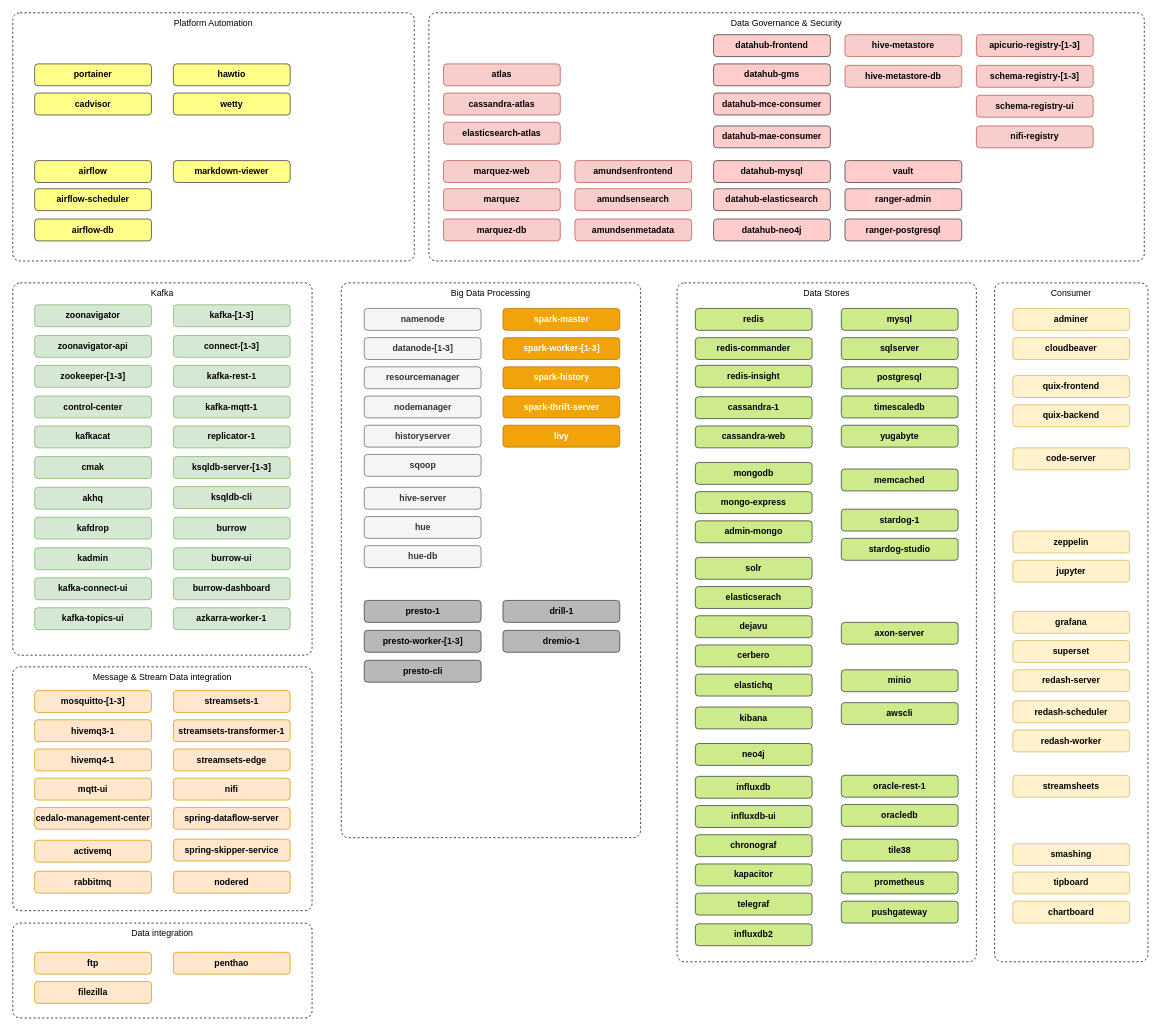
Before: page "Services" (1 of 4) of documentation/drawio/modern-data-platform.drawio in TrivadisPF/platys-modern-data-platform, a draw.io diagram. Source tidied: cells renumbered, new cells numbered last; positions are measured from the earlier drawing's top-left corner, leaving out a move shared by most shapes. Both pictures are drawn from the tidied source at 73%, with x=0, y=0 at pixel (12, 12).
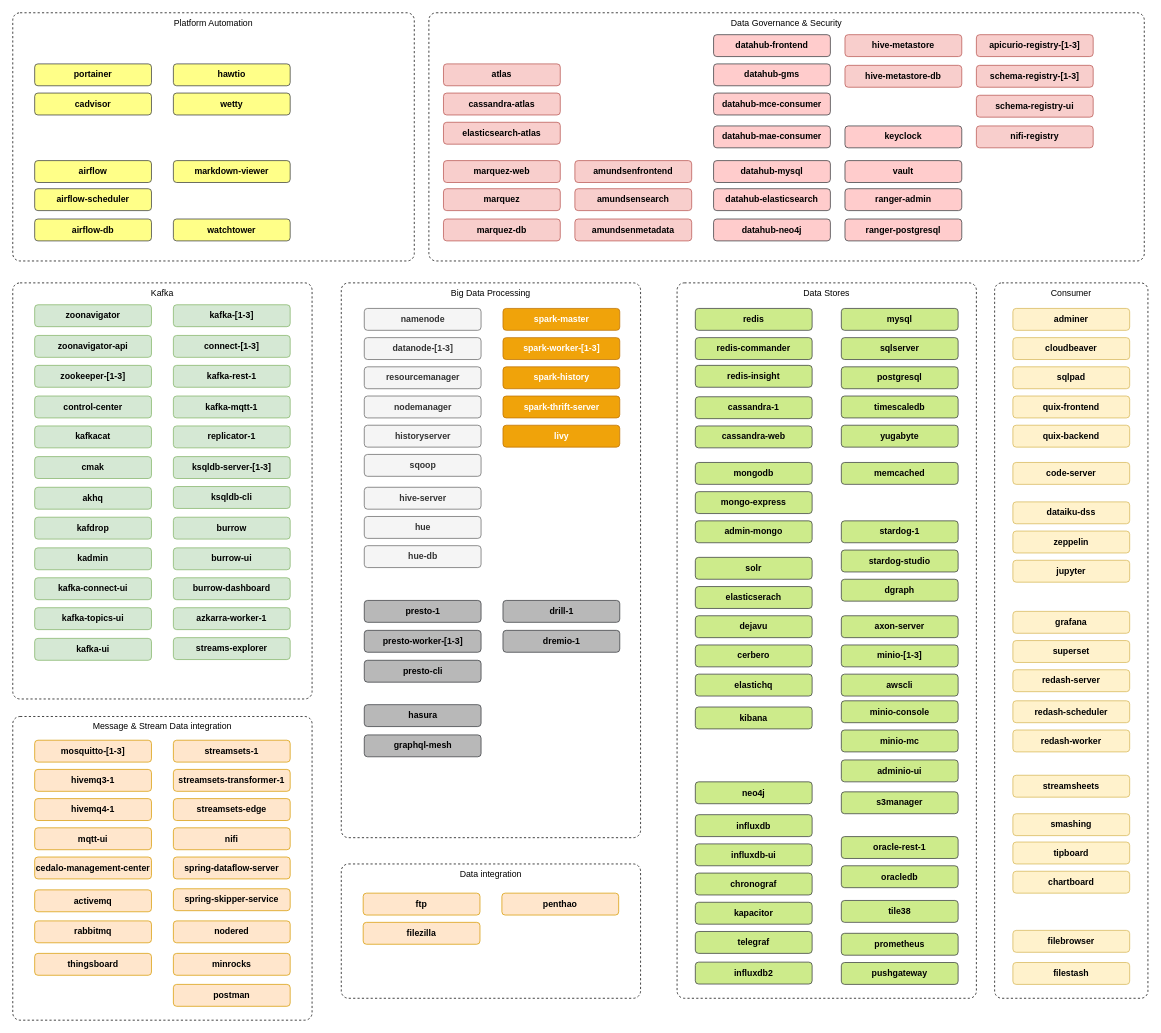
The same diagram, later.

Commit message (it also covers changes not shown here):
update visual overview

Change to the diagram source:
```diff
@@
     <mxCell id="2" value="Kafka" style="rounded=1;whiteSpace=wrap;html=1;labelBackgroundColor=none;strokeColor=#000000;strokeWidth=1;fillColor=none;fontColor=#000000;arcSize=20;absoluteArcSize=1;dashed=1;align=center;horizontal=1;verticalAlign=top;" parent="1" vertex="1">
-      <mxGeometry y="370" width="410" height="510" as="geometry" />
+      <mxGeometry y="370" width="410" height="570" as="geometry" />
     </mxCell>
     <mxCell id="3" value="Consumer" style="rounded=1;whiteSpace=wrap;html=1;labelBackgroundColor=none;strokeColor=#000000;strokeWidth=1;fillColor=none;fontColor=#000000;arcSize=20;absoluteArcSize=1;dashed=1;align=center;horizontal=1;verticalAlign=top;" parent="1" vertex="1">
-      <mxGeometry x="1345" y="370" width="210" height="930" as="geometry" />
+      <mxGeometry x="1345" y="370" width="210" height="980" as="geometry" />
     </mxCell>
@@
     <mxCell id="6" value="Data Stores" style="rounded=1;whiteSpace=wrap;html=1;labelBackgroundColor=none;strokeColor=#000000;strokeWidth=1;fillColor=none;fontColor=#000000;arcSize=20;absoluteArcSize=1;dashed=1;align=center;horizontal=1;verticalAlign=top;" parent="1" vertex="1">
-      <mxGeometry x="910" y="370" width="410" height="930" as="geometry" />
+      <mxGeometry x="910" y="370" width="410" height="980" as="geometry" />
     </mxCell>
@@
     <mxCell id="8" value="Data integration" style="rounded=1;whiteSpace=wrap;html=1;labelBackgroundColor=none;strokeColor=#000000;strokeWidth=1;fillColor=none;fontColor=#000000;arcSize=20;absoluteArcSize=1;dashed=1;align=center;horizontal=1;verticalAlign=top;" parent="1" vertex="1">
-      <mxGeometry y="1247" width="410" height="130" as="geometry" />
+      <mxGeometry x="450" y="1166" width="410" height="184" as="geometry" />
     </mxCell>
     <mxCell id="9" value="Message &amp;amp; Stream Data integration" style="rounded=1;whiteSpace=wrap;html=1;labelBackgroundColor=none;strokeColor=#000000;strokeWidth=1;fillColor=none;fontColor=#000000;arcSize=20;absoluteArcSize=1;dashed=1;align=center;horizontal=1;verticalAlign=top;" parent="1" vertex="1">
-      <mxGeometry y="896" width="410" height="334" as="geometry" />
+      <mxGeometry y="964" width="410" height="416" as="geometry" />
     </mxCell>
@@
     <mxCell id="51" value="&lt;span&gt;streamsets-1&lt;/span&gt;" style="rounded=1;whiteSpace=wrap;html=1;fillColor=#ffe6cc;strokeColor=#d79b00;fontStyle=1;" parent="1" vertex="1">
-      <mxGeometry x="220" y="928.5" width="160" height="30" as="geometry" />
+      <mxGeometry x="220" y="996.5" width="160" height="30" as="geometry" />
     </mxCell>
     <mxCell id="52" value="&lt;span&gt;streamsets-transformer-1&lt;/span&gt;" style="rounded=1;whiteSpace=wrap;html=1;fillColor=#ffe6cc;strokeColor=#d79b00;fontStyle=1;" parent="1" vertex="1">
-      <mxGeometry x="220" y="968.5" width="160" height="30" as="geometry" />
+      <mxGeometry x="220" y="1036.5" width="160" height="30" as="geometry" />
     </mxCell>
     <mxCell id="53" value="&lt;span&gt;streamsets-edge&lt;/span&gt;" style="rounded=1;whiteSpace=wrap;html=1;fillColor=#ffe6cc;strokeColor=#d79b00;fontStyle=1;" parent="1" vertex="1">
-      <mxGeometry x="220" y="1008.5" width="160" height="30" as="geometry" />
+      <mxGeometry x="220" y="1076.5" width="160" height="30" as="geometry" />
     </mxCell>
     <mxCell id="54" value="&lt;span&gt;nifi&lt;/span&gt;" style="rounded=1;whiteSpace=wrap;html=1;fillColor=#ffe6cc;strokeColor=#d79b00;fontStyle=1;" parent="1" vertex="1">
-      <mxGeometry x="220" y="1048.5" width="160" height="30" as="geometry" />
+      <mxGeometry x="220" y="1116.5" width="160" height="30" as="geometry" />
     </mxCell>
@@
     <mxCell id="72" value="&lt;span&gt;neo4j&lt;/span&gt;" style="rounded=1;whiteSpace=wrap;html=1;fillColor=#cdeb8b;strokeColor=#36393d;fontStyle=1;" parent="1" vertex="1">
-      <mxGeometry x="935" y="1001" width="160" height="30" as="geometry" />
+      <mxGeometry x="935" y="1053.5" width="160" height="30" as="geometry" />
     </mxCell>
     <mxCell id="73" value="&lt;span&gt;influxdb&lt;/span&gt;" style="rounded=1;whiteSpace=wrap;html=1;fillColor=#cdeb8b;strokeColor=#36393d;fontStyle=1;" parent="1" vertex="1">
-      <mxGeometry x="935" y="1046" width="160" height="30" as="geometry" />
+      <mxGeometry x="935" y="1098.5" width="160" height="30" as="geometry" />
     </mxCell>
     <mxCell id="74" value="&lt;span&gt;influxdb-ui&lt;/span&gt;" style="rounded=1;whiteSpace=wrap;html=1;fillColor=#cdeb8b;strokeColor=#36393d;fontStyle=1;" parent="1" vertex="1">
-      <mxGeometry x="935" y="1086" width="160" height="30" as="geometry" />
+      <mxGeometry x="935" y="1138.5" width="160" height="30" as="geometry" />
     </mxCell>
     <mxCell id="75" value="&lt;span&gt;chronograf&lt;/span&gt;" style="rounded=1;whiteSpace=wrap;html=1;fillColor=#cdeb8b;strokeColor=#36393d;fontStyle=1;" parent="1" vertex="1">
-      <mxGeometry x="935" y="1126" width="160" height="30" as="geometry" />
+      <mxGeometry x="935" y="1178.5" width="160" height="30" as="geometry" />
     </mxCell>
     <mxCell id="76" value="&lt;span&gt;kapacitor&lt;/span&gt;" style="rounded=1;whiteSpace=wrap;html=1;fillColor=#cdeb8b;strokeColor=#36393d;fontStyle=1;" parent="1" vertex="1">
-      <mxGeometry x="935" y="1166" width="160" height="30" as="geometry" />
+      <mxGeometry x="935" y="1218.5" width="160" height="30" as="geometry" />
     </mxCell>
     <mxCell id="77" value="&lt;span&gt;telegraf&lt;/span&gt;" style="rounded=1;whiteSpace=wrap;html=1;fillColor=#cdeb8b;strokeColor=#36393d;fontStyle=1;" parent="1" vertex="1">
-      <mxGeometry x="935" y="1206" width="160" height="30" as="geometry" />
+      <mxGeometry x="935" y="1258.5" width="160" height="30" as="geometry" />
     </mxCell>
     <mxCell id="78" value="&lt;span&gt;influxdb2&lt;/span&gt;" style="rounded=1;whiteSpace=wrap;html=1;fillColor=#cdeb8b;strokeColor=#36393d;fontStyle=1;" parent="1" vertex="1">
-      <mxGeometry x="935" y="1248" width="160" height="30" as="geometry" />
+      <mxGeometry x="935" y="1300.5" width="160" height="30" as="geometry" />
     </mxCell>
     <mxCell id="79" value="&lt;span&gt;prometheus&lt;/span&gt;" style="rounded=1;whiteSpace=wrap;html=1;fillColor=#cdeb8b;strokeColor=#36393d;fontStyle=1;" parent="1" vertex="1">
-      <mxGeometry x="1135" y="1177" width="160" height="30" as="geometry" />
+      <mxGeometry x="1135" y="1261" width="160" height="30" as="geometry" />
     </mxCell>
     <mxCell id="80" value="&lt;span&gt;pushgateway&lt;/span&gt;" style="rounded=1;whiteSpace=wrap;html=1;fillColor=#cdeb8b;strokeColor=#36393d;fontStyle=1;" parent="1" vertex="1">
-      <mxGeometry x="1135" y="1217" width="160" height="30" as="geometry" />
+      <mxGeometry x="1135" y="1301" width="160" height="30" as="geometry" />
     </mxCell>
     <mxCell id="81" value="&lt;span&gt;tile38&lt;/span&gt;" style="rounded=1;whiteSpace=wrap;html=1;fillColor=#cdeb8b;strokeColor=#36393d;fontStyle=1;" parent="1" vertex="1">
-      <mxGeometry x="1135" y="1132" width="160" height="30" as="geometry" />
+      <mxGeometry x="1135" y="1216" width="160" height="30" as="geometry" />
     </mxCell>
@@
     <mxCell id="87" value="&lt;span&gt;axon-server&lt;/span&gt;" style="rounded=1;whiteSpace=wrap;html=1;fillColor=#cdeb8b;strokeColor=#36393d;fontStyle=1;" parent="1" vertex="1">
-      <mxGeometry x="1135" y="835" width="160" height="30" as="geometry" />
+      <mxGeometry x="1135" y="826" width="160" height="30" as="geometry" />
     </mxCell>
     <mxCell id="88" value="&lt;span&gt;mosquitto-[1-3]&lt;/span&gt;" style="rounded=1;whiteSpace=wrap;html=1;fillColor=#ffe6cc;strokeColor=#d79b00;fontStyle=1;" parent="1" vertex="1">
-      <mxGeometry x="30" y="928.5" width="160" height="30" as="geometry" />
+      <mxGeometry x="30" y="996.5" width="160" height="30" as="geometry" />
     </mxCell>
     <mxCell id="89" value="&lt;span&gt;hivemq3-1&lt;/span&gt;" style="rounded=1;whiteSpace=wrap;html=1;fillColor=#ffe6cc;strokeColor=#d79b00;fontStyle=1;" parent="1" vertex="1">
-      <mxGeometry x="30" y="968.5" width="160" height="30" as="geometry" />
+      <mxGeometry x="30" y="1036.5" width="160" height="30" as="geometry" />
     </mxCell>
     <mxCell id="90" value="&lt;span&gt;hivemq4-1&lt;/span&gt;" style="rounded=1;whiteSpace=wrap;html=1;fillColor=#ffe6cc;strokeColor=#d79b00;fontStyle=1;" parent="1" vertex="1">
-      <mxGeometry x="30" y="1008.5" width="160" height="30" as="geometry" />
+      <mxGeometry x="30" y="1076.5" width="160" height="30" as="geometry" />
     </mxCell>
     <mxCell id="91" value="&lt;span&gt;mqtt-ui&lt;/span&gt;" style="rounded=1;whiteSpace=wrap;html=1;fillColor=#ffe6cc;strokeColor=#d79b00;fontStyle=1;" parent="1" vertex="1">
-      <mxGeometry x="30" y="1048.5" width="160" height="30" as="geometry" />
+      <mxGeometry x="30" y="1116.5" width="160" height="30" as="geometry" />
     </mxCell>
     <mxCell id="92" value="&lt;span&gt;activemq&lt;/span&gt;" style="rounded=1;whiteSpace=wrap;html=1;fillColor=#ffe6cc;strokeColor=#d79b00;fontStyle=1;" parent="1" vertex="1">
-      <mxGeometry x="30" y="1133.5" width="160" height="30" as="geometry" />
+      <mxGeometry x="30" y="1201.5" width="160" height="30" as="geometry" />
     </mxCell>
     <mxCell id="93" value="&lt;span&gt;ftp&lt;/span&gt;" style="rounded=1;whiteSpace=wrap;html=1;fillColor=#ffe6cc;strokeColor=#d79b00;fontStyle=1;" parent="1" vertex="1">
-      <mxGeometry x="30" y="1287" width="160" height="30" as="geometry" />
+      <mxGeometry x="480" y="1206" width="160" height="30" as="geometry" />
     </mxCell>
     <mxCell id="94" value="&lt;span&gt;filezilla&lt;/span&gt;" style="rounded=1;whiteSpace=wrap;html=1;fillColor=#ffe6cc;strokeColor=#d79b00;fontStyle=1;" parent="1" vertex="1">
-      <mxGeometry x="30" y="1327" width="160" height="30" as="geometry" />
+      <mxGeometry x="480" y="1246" width="160" height="30" as="geometry" />
     </mxCell>
-    <mxCell id="95" value="&lt;span&gt;minio&lt;/span&gt;" style="rounded=1;whiteSpace=wrap;html=1;fillColor=#cdeb8b;strokeColor=#36393d;fontStyle=1;" parent="1" vertex="1">
-      <mxGeometry x="1135" y="900" width="160" height="30" as="geometry" />
+    <mxCell id="95" value="&lt;span&gt;minio-[1-3]&lt;/span&gt;" style="rounded=1;whiteSpace=wrap;html=1;fillColor=#cdeb8b;strokeColor=#36393d;fontStyle=1;" parent="1" vertex="1">
+      <mxGeometry x="1135" y="866" width="160" height="30" as="geometry" />
     </mxCell>
     <mxCell id="96" value="&lt;span&gt;awscli&lt;/span&gt;" style="rounded=1;whiteSpace=wrap;html=1;fillColor=#cdeb8b;strokeColor=#36393d;fontStyle=1;" parent="1" vertex="1">
-      <mxGeometry x="1135" y="945" width="160" height="30" as="geometry" />
+      <mxGeometry x="1135" y="906" width="160" height="30" as="geometry" />
     </mxCell>
@@
     <mxCell id="101" value="&lt;span&gt;code-server&lt;/span&gt;" style="rounded=1;whiteSpace=wrap;html=1;fillColor=#fff2cc;strokeColor=#d6b656;fontStyle=1;" parent="1" vertex="1">
-      <mxGeometry x="1370" y="596" width="160" height="30" as="geometry" />
+      <mxGeometry x="1370" y="616" width="160" height="30" as="geometry" />
     </mxCell>
@@
     <mxCell id="116" value="&lt;span&gt;oracledb&lt;/span&gt;" style="rounded=1;whiteSpace=wrap;html=1;fillColor=#cdeb8b;strokeColor=#36393d;fontStyle=1;" parent="1" vertex="1">
-      <mxGeometry x="1135" y="1084.5" width="160" height="30" as="geometry" />
+      <mxGeometry x="1135" y="1168.5" width="160" height="30" as="geometry" />
     </mxCell>
     <mxCell id="117" value="&lt;span&gt;oracle-rest-1&lt;/span&gt;" style="rounded=1;whiteSpace=wrap;html=1;fillColor=#cdeb8b;strokeColor=#36393d;fontStyle=1;" parent="1" vertex="1">
-      <mxGeometry x="1135" y="1044.5" width="160" height="30" as="geometry" />
+      <mxGeometry x="1135" y="1128.5" width="160" height="30" as="geometry" />
     </mxCell>
@@
     <mxCell id="123" value="&lt;span&gt;rabbitmq&lt;/span&gt;" style="rounded=1;whiteSpace=wrap;html=1;fillColor=#ffe6cc;strokeColor=#d79b00;fontStyle=1;" parent="1" vertex="1">
-      <mxGeometry x="30" y="1176" width="160" height="30" as="geometry" />
+      <mxGeometry x="30" y="1244" width="160" height="30" as="geometry" />
     </mxCell>
     <mxCell id="124" value="&lt;span&gt;penthao&lt;/span&gt;" style="rounded=1;whiteSpace=wrap;html=1;fillColor=#ffe6cc;strokeColor=#d79b00;fontStyle=1;" parent="1" vertex="1">
-      <mxGeometry x="220" y="1287" width="160" height="30" as="geometry" />
+      <mxGeometry x="670" y="1206" width="160" height="30" as="geometry" />
     </mxCell>
@@
     <mxCell id="134" value="quix-frontend" style="rounded=1;whiteSpace=wrap;html=1;fillColor=#fff2cc;strokeColor=#d6b656;fontStyle=1;" parent="1" vertex="1">
-      <mxGeometry x="1370" y="497" width="160" height="30" as="geometry" />
+      <mxGeometry x="1370" y="525" width="160" height="30" as="geometry" />
     </mxCell>
@@
     <mxCell id="137" value="&lt;span&gt;memcached&lt;/span&gt;" style="rounded=1;whiteSpace=wrap;html=1;fillColor=#cdeb8b;strokeColor=#36393d;fontStyle=1;" parent="1" vertex="1">
-      <mxGeometry x="1135" y="625" width="160" height="30" as="geometry" />
+      <mxGeometry x="1135" y="616" width="160" height="30" as="geometry" />
     </mxCell>
     <mxCell id="138" value="&lt;span&gt;stardog-1&lt;/span&gt;" style="rounded=1;whiteSpace=wrap;html=1;fillColor=#cdeb8b;strokeColor=#36393d;fontStyle=1;" parent="1" vertex="1">
-      <mxGeometry x="1135" y="680" width="160" height="30" as="geometry" />
+      <mxGeometry x="1135" y="696" width="160" height="30" as="geometry" />
     </mxCell>
     <mxCell id="139" value="&lt;span&gt;stardog-studio&lt;/span&gt;" style="rounded=1;whiteSpace=wrap;html=1;fillColor=#cdeb8b;strokeColor=#36393d;fontStyle=1;" parent="1" vertex="1">
-      <mxGeometry x="1135" y="720" width="160" height="30" as="geometry" />
+      <mxGeometry x="1135" y="736" width="160" height="30" as="geometry" />
     </mxCell>
@@
     <mxCell id="142" value="quix-backend" style="rounded=1;whiteSpace=wrap;html=1;fillColor=#fff2cc;strokeColor=#d6b656;fontStyle=1;" parent="1" vertex="1">
-      <mxGeometry x="1370" y="537" width="160" height="30" as="geometry" />
+      <mxGeometry x="1370" y="565" width="160" height="30" as="geometry" />
     </mxCell>
@@
     <mxCell id="145" value="&lt;span&gt;tipboard&lt;/span&gt;" style="rounded=1;whiteSpace=wrap;html=1;fillColor=#fff2cc;strokeColor=#d6b656;fontStyle=1;" parent="1" vertex="1">
-      <mxGeometry x="1370" y="1177" width="160" height="30" as="geometry" />
+      <mxGeometry x="1370" y="1136" width="160" height="30" as="geometry" />
     </mxCell>
     <mxCell id="146" value="&lt;span&gt;chartboard&lt;/span&gt;" style="rounded=1;whiteSpace=wrap;html=1;fillColor=#fff2cc;strokeColor=#d6b656;fontStyle=1;" parent="1" vertex="1">
-      <mxGeometry x="1370" y="1217" width="160" height="30" as="geometry" />
+      <mxGeometry x="1370" y="1176" width="160" height="30" as="geometry" />
     </mxCell>
     <mxCell id="147" value="&lt;span&gt;smashing&lt;/span&gt;" style="rounded=1;whiteSpace=wrap;html=1;fillColor=#fff2cc;strokeColor=#d6b656;fontStyle=1;" parent="1" vertex="1">
-      <mxGeometry x="1370" y="1138.2" width="160" height="30" as="geometry" />
+      <mxGeometry x="1370" y="1097.2" width="160" height="30" as="geometry" />
     </mxCell>
@@
     <mxCell id="151" value="&lt;span&gt;nodered&lt;/span&gt;" style="rounded=1;whiteSpace=wrap;html=1;fillColor=#ffe6cc;strokeColor=#d79b00;fontStyle=1;" parent="1" vertex="1">
-      <mxGeometry x="220" y="1176" width="160" height="30" as="geometry" />
+      <mxGeometry x="220" y="1244" width="160" height="30" as="geometry" />
     </mxCell>
     <mxCell id="152" value="&lt;span&gt;spring-dataflow-server&lt;/span&gt;" style="rounded=1;whiteSpace=wrap;html=1;fillColor=#ffe6cc;strokeColor=#d79b00;fontStyle=1;" parent="1" vertex="1">
-      <mxGeometry x="220" y="1088.5" width="160" height="30" as="geometry" />
+      <mxGeometry x="220" y="1156.5" width="160" height="30" as="geometry" />
     </mxCell>
     <mxCell id="153" value="&lt;span&gt;spring-skipper-service&lt;/span&gt;" style="rounded=1;whiteSpace=wrap;html=1;fillColor=#ffe6cc;strokeColor=#d79b00;fontStyle=1;" parent="1" vertex="1">
-      <mxGeometry x="220" y="1132" width="160" height="30" as="geometry" />
+      <mxGeometry x="220" y="1200" width="160" height="30" as="geometry" />
     </mxCell>
     <mxCell id="154" value="&lt;span&gt;cedalo-management-center&lt;/span&gt;" style="rounded=1;whiteSpace=wrap;html=1;fillColor=#ffe6cc;strokeColor=#d79b00;fontStyle=1;" parent="1" vertex="1">
-      <mxGeometry x="30" y="1088.5" width="160" height="30" as="geometry" />
+      <mxGeometry x="30" y="1156.5" width="160" height="30" as="geometry" />
     </mxCell>
+    <mxCell id="155" value="watchtower" style="rounded=1;whiteSpace=wrap;html=1;fillColor=#ffff88;strokeColor=#36393d;fontStyle=1;" parent="1" vertex="1">
+      <mxGeometry x="220" y="282.5" width="160" height="30" as="geometry" />
+    </mxCell>
+    <mxCell id="156" value="&lt;span&gt;hasura&lt;/span&gt;" style="rounded=1;whiteSpace=wrap;html=1;fillColor=#B8B8B8;strokeColor=#36393d;fontStyle=1;" parent="1" vertex="1">
+      <mxGeometry x="481.5" y="947.8" width="160" height="30" as="geometry" />
+    </mxCell>
+    <mxCell id="157" value="&lt;span&gt;dgraph&lt;/span&gt;" style="rounded=1;whiteSpace=wrap;html=1;fillColor=#cdeb8b;strokeColor=#36393d;fontStyle=1;" parent="1" vertex="1">
+      <mxGeometry x="1135" y="776" width="160" height="30" as="geometry" />
+    </mxCell>
+    <mxCell id="158" value="filebrowser" style="rounded=1;whiteSpace=wrap;html=1;fillColor=#fff2cc;strokeColor=#d6b656;fontStyle=1;" parent="1" vertex="1">
+      <mxGeometry x="1370" y="1257" width="160" height="30" as="geometry" />
+    </mxCell>
+    <mxCell id="159" value="&lt;span&gt;dataiku-dss&lt;/span&gt;" style="rounded=1;whiteSpace=wrap;html=1;fillColor=#fff2cc;strokeColor=#d6b656;fontStyle=1;" parent="1" vertex="1">
+      <mxGeometry x="1370" y="670" width="160" height="30" as="geometry" />
+    </mxCell>
+    <mxCell id="160" value="&lt;span&gt;minio-console&lt;/span&gt;" style="rounded=1;whiteSpace=wrap;html=1;fillColor=#cdeb8b;strokeColor=#36393d;fontStyle=1;" parent="1" vertex="1">
+      <mxGeometry x="1135" y="942.5" width="160" height="30" as="geometry" />
+    </mxCell>
+    <mxCell id="161" value="minio-mc" style="rounded=1;whiteSpace=wrap;html=1;fillColor=#cdeb8b;strokeColor=#36393d;fontStyle=1;" parent="1" vertex="1">
+      <mxGeometry x="1135" y="982.5" width="160" height="30" as="geometry" />
+    </mxCell>
+    <mxCell id="162" value="adminio-ui" style="rounded=1;whiteSpace=wrap;html=1;fillColor=#cdeb8b;strokeColor=#36393d;fontStyle=1;" parent="1" vertex="1">
+      <mxGeometry x="1135" y="1023.5" width="160" height="30" as="geometry" />
+    </mxCell>
+    <mxCell id="163" value="s3manager" style="rounded=1;whiteSpace=wrap;html=1;fillColor=#cdeb8b;strokeColor=#36393d;fontStyle=1;" parent="1" vertex="1">
+      <mxGeometry x="1135" y="1067.2" width="160" height="30" as="geometry" />
+    </mxCell>
+    <mxCell id="164" value="filestash" style="rounded=1;whiteSpace=wrap;html=1;fillColor=#fff2cc;strokeColor=#d6b656;fontStyle=1;" parent="1" vertex="1">
+      <mxGeometry x="1370" y="1301" width="160" height="30" as="geometry" />
+    </mxCell>
+    <mxCell id="165" value="&lt;span&gt;graphql-mesh&lt;/span&gt;" style="rounded=1;whiteSpace=wrap;html=1;fillColor=#B8B8B8;strokeColor=#36393d;fontStyle=1;" parent="1" vertex="1">
+      <mxGeometry x="481.5" y="989.2" width="160" height="30" as="geometry" />
+    </mxCell>
+    <mxCell id="166" value="sqlpad" style="rounded=1;whiteSpace=wrap;html=1;fillColor=#fff2cc;strokeColor=#d6b656;fontStyle=1;" parent="1" vertex="1">
+      <mxGeometry x="1370" y="485" width="160" height="30" as="geometry" />
+    </mxCell>
+    <mxCell id="167" value="&lt;span&gt;streams-explorer&lt;/span&gt;" style="rounded=1;whiteSpace=wrap;html=1;fillColor=#d5e8d4;strokeColor=#82b366;fontStyle=1;" parent="1" vertex="1">
+      <mxGeometry x="220" y="856" width="160" height="30" as="geometry" />
+    </mxCell>
+    <mxCell id="168" value="&lt;span&gt;kafka-ui&lt;/span&gt;" style="rounded=1;whiteSpace=wrap;html=1;fillColor=#d5e8d4;strokeColor=#82b366;fontStyle=1;" parent="1" vertex="1">
+      <mxGeometry x="30" y="857" width="160" height="30" as="geometry" />
+    </mxCell>
+    <mxCell id="169" value="&lt;span&gt;thingsboard&lt;/span&gt;" style="rounded=1;whiteSpace=wrap;html=1;fillColor=#ffe6cc;strokeColor=#d79b00;fontStyle=1;" parent="1" vertex="1">
+      <mxGeometry x="30" y="1288.5" width="160" height="30" as="geometry" />
+    </mxCell>
+    <mxCell id="170" value="&lt;span&gt;postman&lt;/span&gt;" style="rounded=1;whiteSpace=wrap;html=1;fillColor=#ffe6cc;strokeColor=#d79b00;fontStyle=1;" parent="1" vertex="1">
+      <mxGeometry x="220" y="1331" width="160" height="30" as="geometry" />
+    </mxCell>
+    <mxCell id="171" value="minrocks" style="rounded=1;whiteSpace=wrap;html=1;fillColor=#ffe6cc;strokeColor=#d79b00;fontStyle=1;" parent="1" vertex="1">
+      <mxGeometry x="220" y="1288.5" width="160" height="30" as="geometry" />
+    </mxCell>
+    <mxCell id="172" value="&lt;span&gt;keyclock&lt;/span&gt;" style="rounded=1;whiteSpace=wrap;html=1;fillColor=#ffcccc;strokeColor=#36393d;fontStyle=1;" parent="1" vertex="1">
+      <mxGeometry x="1140" y="155" width="160" height="30" as="geometry" />
+    </mxCell>
```
